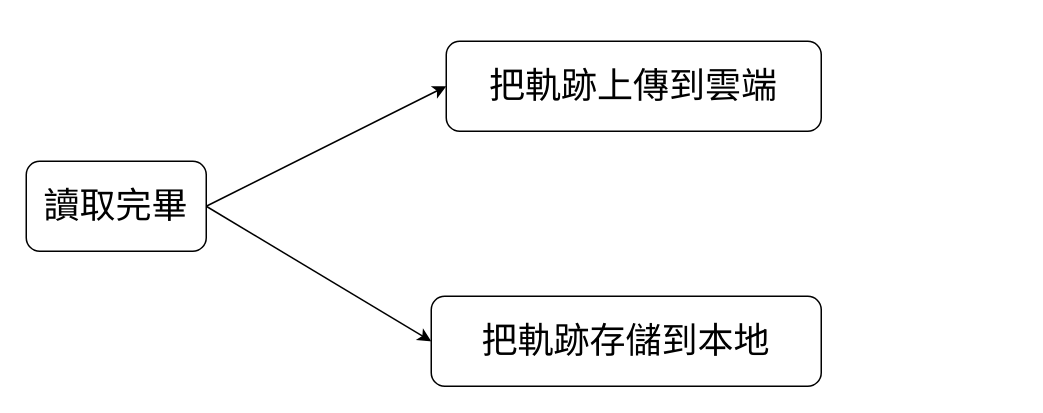
The draw.io diagram skyleader2.0.drawio in pengzhen80/PigeonRace, before the edit. Source tidied: cells renumbered, new cells numbered last; positions are measured from the earlier drawing's top-left corner, leaving out a move shared by most shapes. Both pictures are drawn from the tidied source at 150%, with x=0, y=0 at pixel (26, 40).
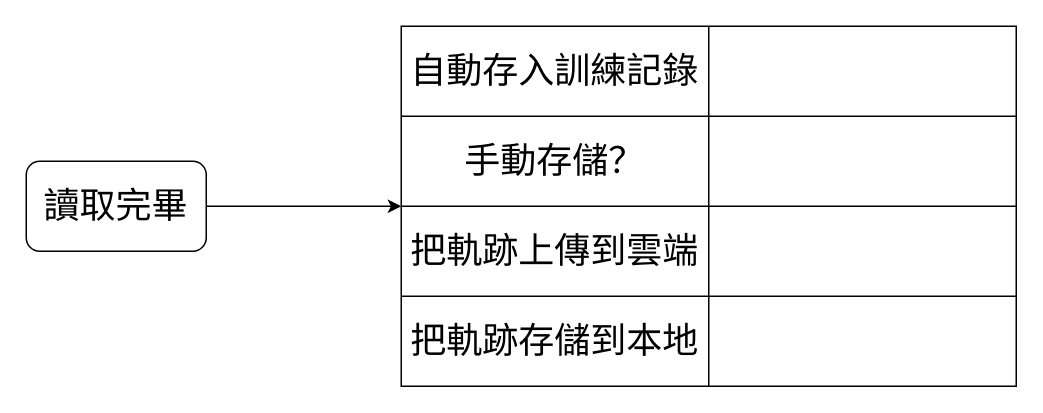
The same page after the edit.

Change to the diagram source:
```diff
@@
 <mxGraphModel>
   <root>
     <mxCell id="0" />
     <mxCell id="1" parent="0" />
     <mxCell id="2" value="&lt;font style=&quot;font-size: 24px;&quot;&gt;讀取完畢&lt;/font&gt;" style="rounded=1;whiteSpace=wrap;html=1;" parent="1" vertex="1">
       <mxGeometry y="80" width="120" height="60" as="geometry" />
     </mxCell>
-    <mxCell id="3" style="endArrow=classic;html=1;rounded=0;exitX=1;exitY=0.5;exitDx=0;exitDy=0;" parent="1" edge="1" source="2">
-      <mxGeometry relative="1" as="geometry">
-        <mxPoint x="280" y="30" as="targetPoint" />
-      </mxGeometry>
-    </mxCell>
     <mxCell id="4" style="endArrow=classic;html=1;rounded=0;exitX=1;exitY=0.5;exitDx=0;exitDy=0;" parent="1" edge="1" source="2">
       <mxGeometry relative="1" as="geometry">
-        <mxPoint x="270" y="200" as="targetPoint" />
+        <mxPoint x="250" y="110" as="targetPoint" />
       </mxGeometry>
     </mxCell>
+    <mxCell id="7" style="shape=table;startSize=0;childLayout=tableLayout;fontSize=24;" parent="1" vertex="1">
+      <mxGeometry x="250" y="-10" width="410" height="240" as="geometry" />
+    </mxCell>
+    <mxCell id="8" style="shape=tableRow;horizontal=0;startSize=0;swimlaneHead=0;swimlaneBody=0;top=0;left=0;bottom=0;right=0;fillColor=none;fontSize=24;" parent="7" vertex="1">
+      <mxGeometry width="410" height="60" as="geometry" />
+    </mxCell>
+    <mxCell id="9" value="自動存入訓練記錄" style="shape=partialRectangle;html=1;whiteSpace=wrap;overflow=hidden;fillColor=none;top=0;left=0;bottom=0;right=0;fontSize=24;" parent="8" vertex="1">
+      <mxGeometry width="205" height="60" as="geometry" />
+    </mxCell>
+    <mxCell id="10" style="shape=partialRectangle;html=1;whiteSpace=wrap;overflow=hidden;fillColor=none;top=0;left=0;bottom=0;right=0;fontSize=24;" parent="8" vertex="1">
+      <mxGeometry x="205" width="205" height="60" as="geometry" />
+    </mxCell>
+    <mxCell id="11" style="shape=tableRow;horizontal=0;startSize=0;swimlaneHead=0;swimlaneBody=0;top=0;left=0;bottom=0;right=0;fillColor=none;fontSize=24;" parent="7" vertex="1">
+      <mxGeometry y="60" width="410" height="60" as="geometry" />
+    </mxCell>
+    <mxCell id="12" value="手動存儲？" style="shape=partialRectangle;html=1;whiteSpace=wrap;overflow=hidden;fillColor=none;top=0;left=0;bottom=0;right=0;fontSize=24;" parent="11" vertex="1">
+      <mxGeometry width="205" height="60" as="geometry" />
+    </mxCell>
+    <mxCell id="13" style="shape=partialRectangle;html=1;whiteSpace=wrap;overflow=hidden;fillColor=none;top=0;left=0;bottom=0;right=0;fontSize=24;" parent="11" vertex="1">
+      <mxGeometry x="205" width="205" height="60" as="geometry" />
+    </mxCell>
+    <mxCell id="14" style="shape=tableRow;horizontal=0;startSize=0;swimlaneHead=0;swimlaneBody=0;top=0;left=0;bottom=0;right=0;fillColor=none;fontSize=24;" parent="7" vertex="1">
+      <mxGeometry y="120" width="410" height="60" as="geometry" />
+    </mxCell>
-    <mxCell id="5" value="&lt;font style=&quot;font-size: 24px;&quot;&gt;把軌跡上傳到雲端&lt;/font&gt;" style="rounded=1;whiteSpace=wrap;html=1;" parent="1" vertex="1">
-      <mxGeometry x="280" width="250" height="60" as="geometry" />
+    <mxCell id="5" value="把軌跡上傳到雲端" style="shape=partialRectangle;html=1;whiteSpace=wrap;overflow=hidden;fillColor=none;top=0;left=0;bottom=0;right=0;fontSize=24;" parent="14" vertex="1">
+      <mxGeometry width="205" height="60" as="geometry" />
     </mxCell>
+    <mxCell id="15" style="shape=partialRectangle;html=1;whiteSpace=wrap;overflow=hidden;fillColor=none;top=0;left=0;bottom=0;right=0;fontSize=24;" parent="14" vertex="1">
+      <mxGeometry x="205" width="205" height="60" as="geometry" />
+    </mxCell>
+    <mxCell id="16" style="shape=tableRow;horizontal=0;startSize=0;swimlaneHead=0;swimlaneBody=0;top=0;left=0;bottom=0;right=0;fillColor=none;fontSize=24;" parent="7" vertex="1">
+      <mxGeometry y="180" width="410" height="60" as="geometry" />
+    </mxCell>
-    <mxCell id="6" value="把軌跡存儲到本地" style="rounded=1;whiteSpace=wrap;html=1;fontSize=24;" parent="1" vertex="1">
-      <mxGeometry x="270" y="170" width="260" height="60" as="geometry" />
+    <mxCell id="6" value="把軌跡存儲到本地" style="shape=partialRectangle;html=1;whiteSpace=wrap;overflow=hidden;fillColor=none;top=0;left=0;bottom=0;right=0;fontSize=24;" parent="16" vertex="1">
+      <mxGeometry width="205" height="60" as="geometry" />
     </mxCell>
+    <mxCell id="17" style="shape=partialRectangle;html=1;whiteSpace=wrap;overflow=hidden;fillColor=none;top=0;left=0;bottom=0;right=0;fontSize=24;" parent="16" vertex="1">
+      <mxGeometry x="205" width="205" height="60" as="geometry" />
+    </mxCell>
   </root>
 </mxGraphModel>
```
